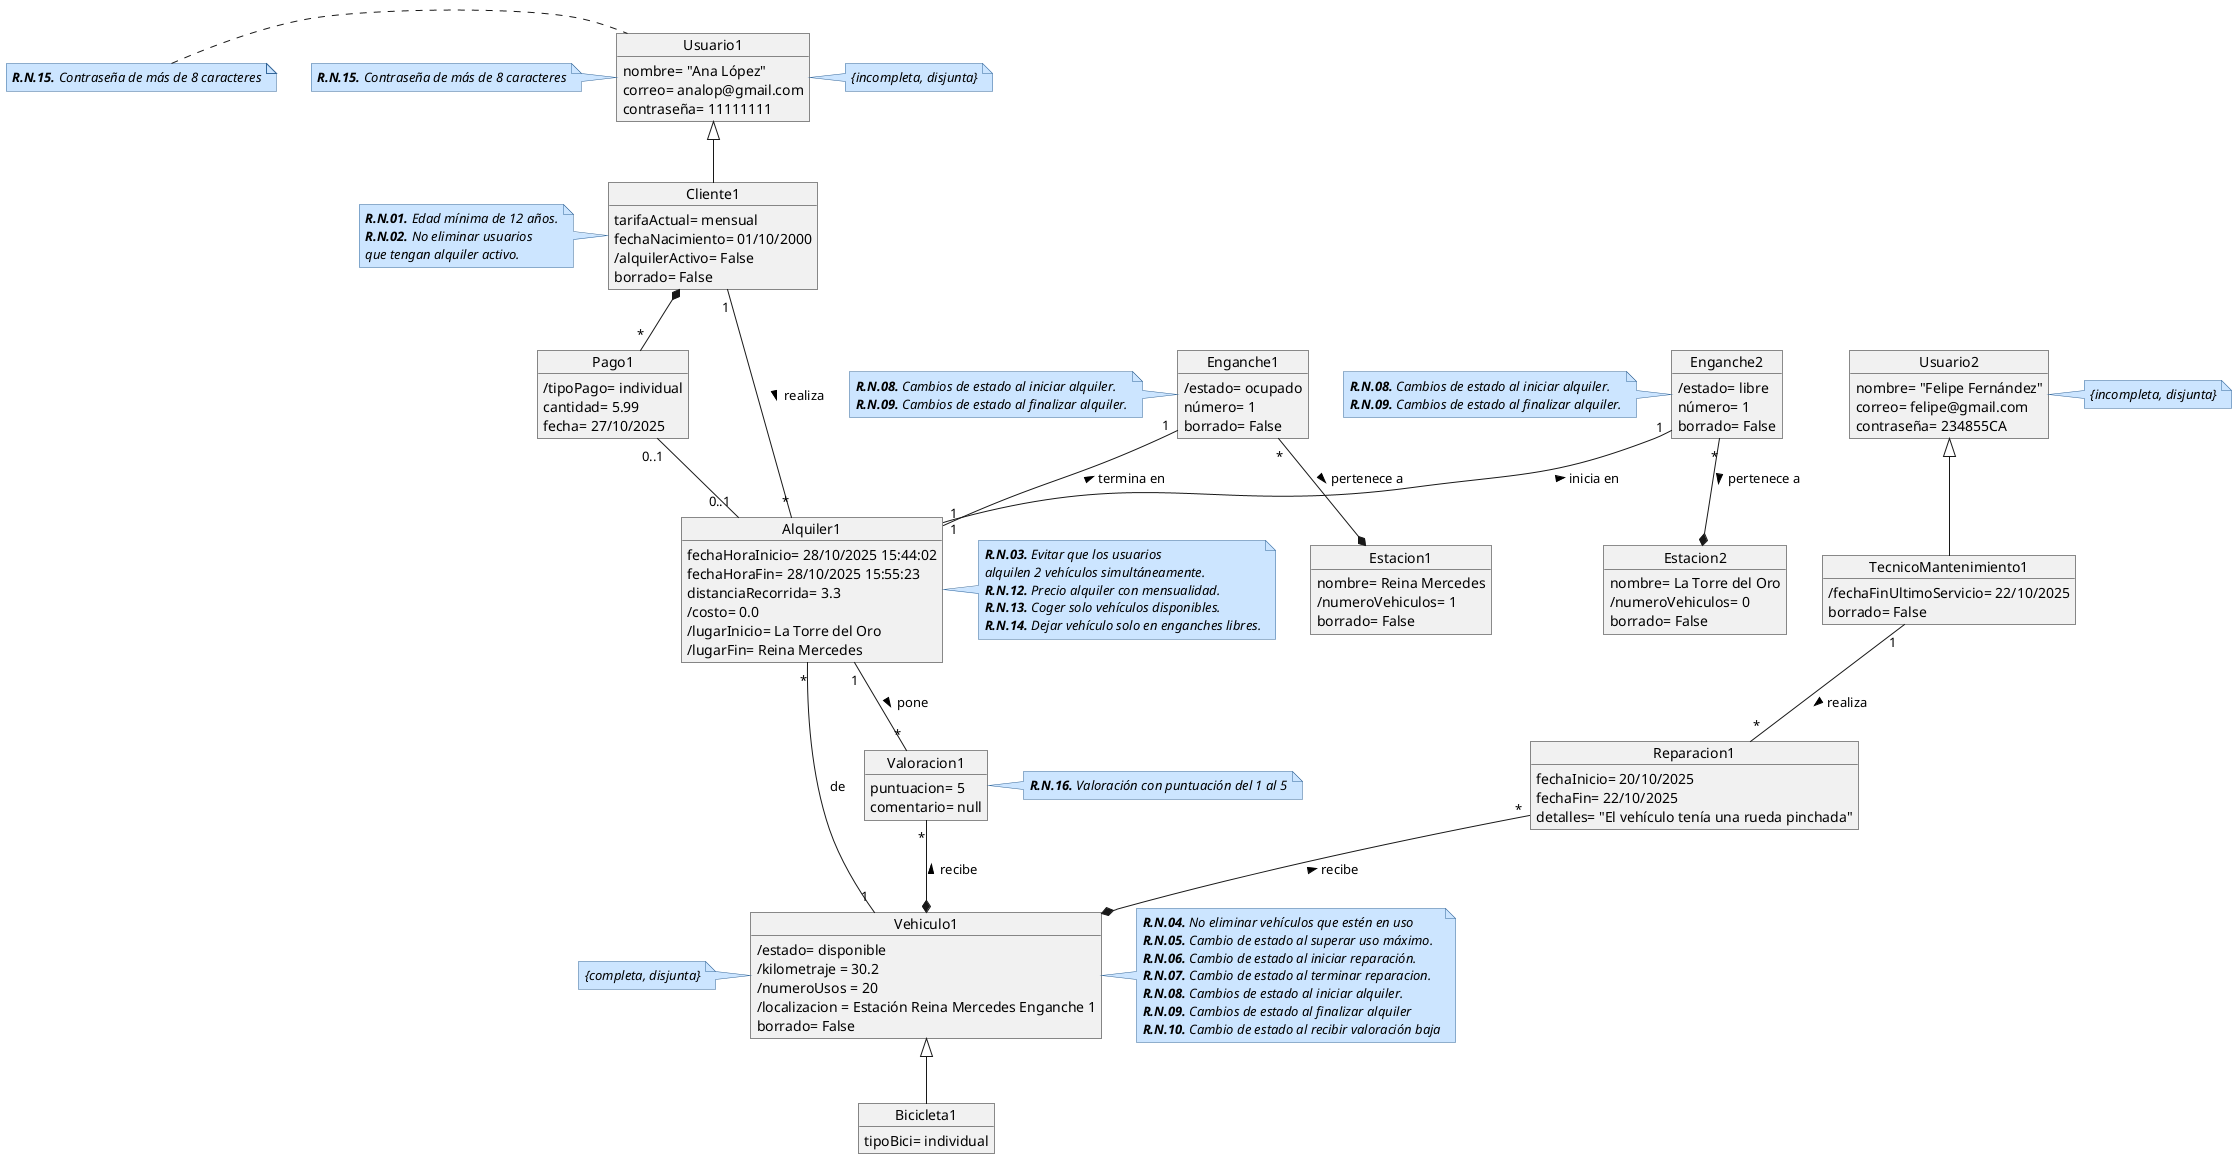
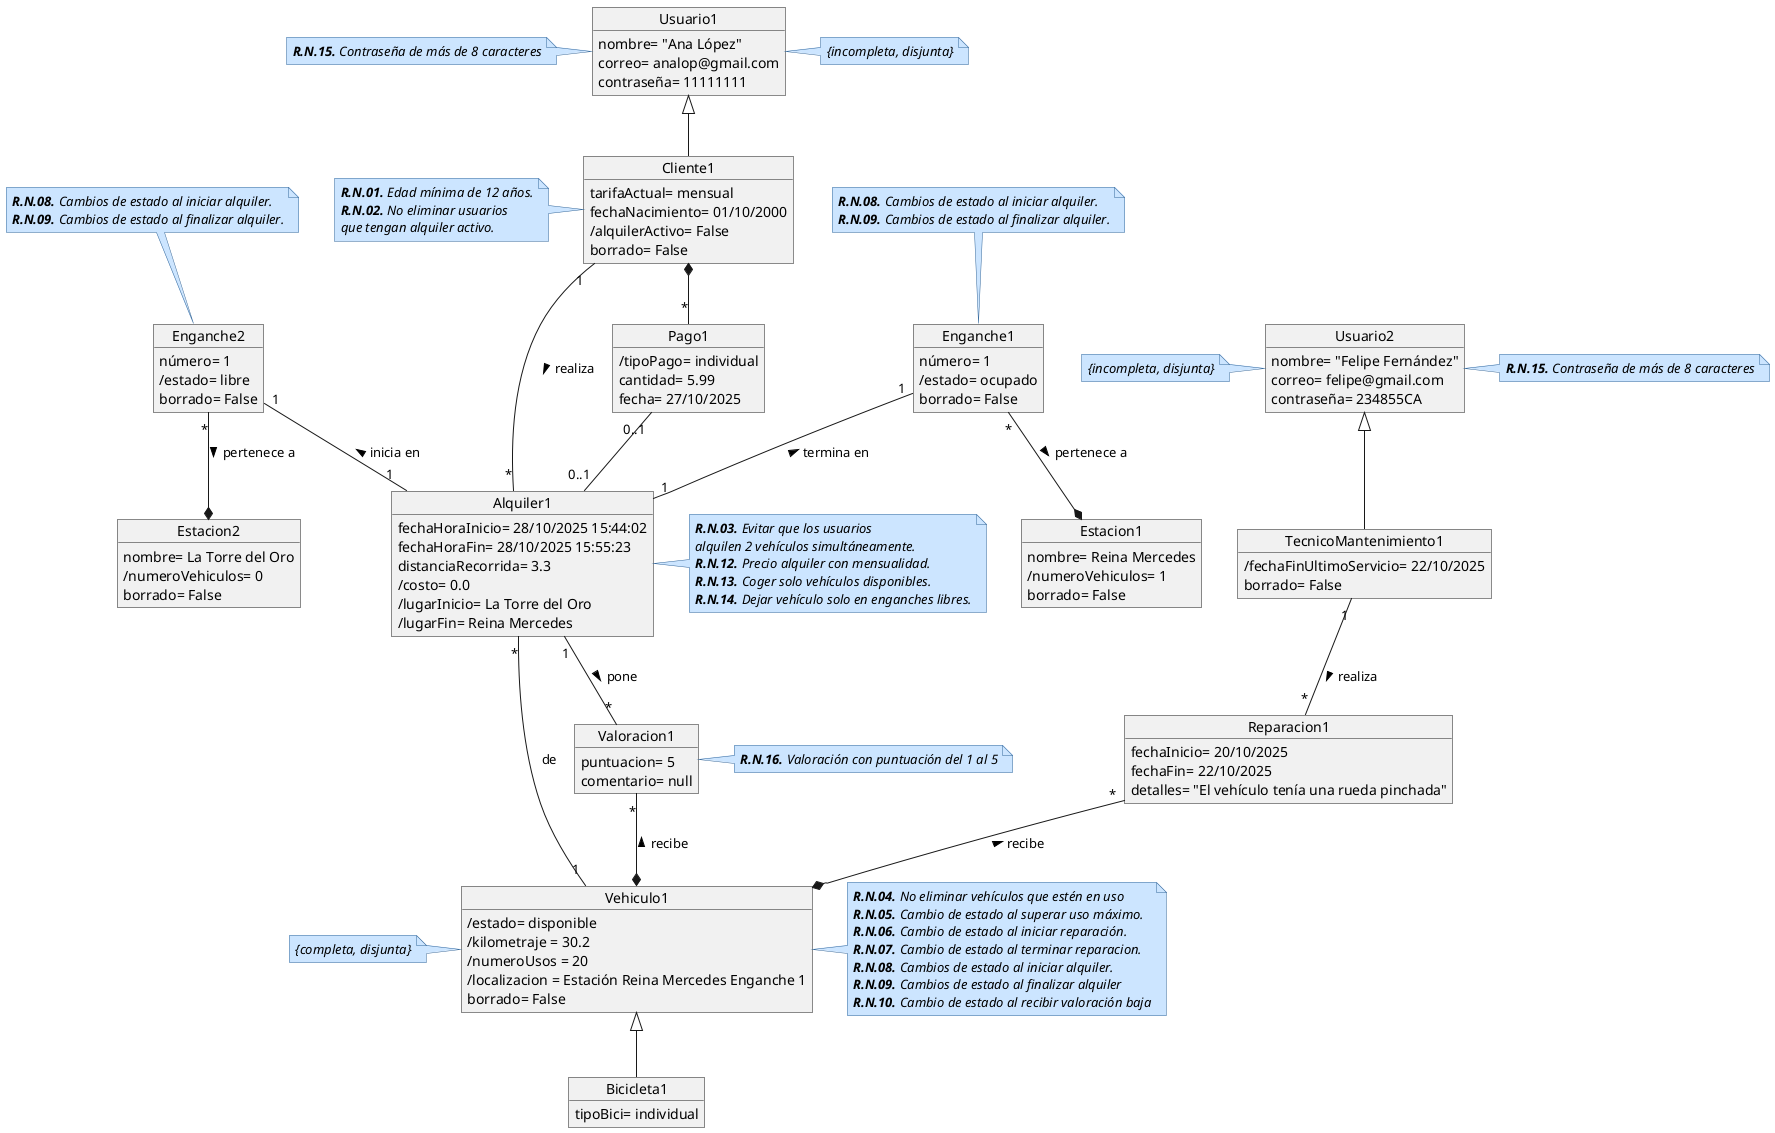
@startuml DiagramaClases

skinparam note {
  BackgroundColor #cce5ff
  BorderColor #336699
  FontStyle italic
}

object Usuario1 {
    nombre= "Ana López"
    correo= analop@gmail.com
    contraseña= 11111111
}
note right: {incompleta, disjunta}
note left of Usuario1
'''
**R.N.15.** Contraseña de más de 8 caracteres
'''
end note

object Usuario2 {
    nombre= "Felipe Fernández"
    correo= felipe@gmail.com
    contraseña= 234855CA
}
- note right: {incompleta, disjunta}
- note left of Usuario1
+ note left: {incompleta, disjunta}
+ note right of Usuario2
'''
**R.N.15.** Contraseña de más de 8 caracteres
'''
end note


object Cliente1 {
    tarifaActual= mensual
    fechaNacimiento= 01/10/2000
    /alquilerActivo= False
    borrado= False
}
note left
'''
**R.N.01.** Edad mínima de 12 años.
**R.N.02.** No eliminar usuarios
que tengan alquiler activo.
'''
end note

object Pago1 {
    /tipoPago= individual
    cantidad= 5.99
    fecha= 27/10/2025
}
'Tipo pago puede ser o mensual o individual


object TecnicoMantenimiento1 {
    /fechaFinUltimoServicio= 22/10/2025
    borrado= False
}

object Reparacion1 {
    fechaInicio= 20/10/2025
    fechaFin= 22/10/2025
    detalles= "El vehículo tenía una rueda pinchada"
}



object Valoracion1 {
    puntuacion= 5
    comentario= null
}
note right
'''
**R.N.16.** Valoración con puntuación del 1 al 5
'''
end note

/'
La distancia recorrida la cuenta el vehículo con un
medidor incorporado y solo se registra cuando termina el recorrido.
Por eso mismo no es derivada de lugar inicio o fin, porque si no si acabas
en el mismo sitio la distancia recorrida sería 0.
'/
object Alquiler1 {
    fechaHoraInicio= 28/10/2025 15:44:02
    fechaHoraFin= 28/10/2025 15:55:23
    distanciaRecorrida= 3.3
    /costo= 0.0
    /lugarInicio= La Torre del Oro
    /lugarFin= Reina Mercedes
}
note right
'''
**R.N.03.** Evitar que los usuarios
alquilen 2 vehículos simultáneamente.
**R.N.12.** Precio alquiler con mensualidad.
**R.N.13.** Coger solo vehículos disponibles.
**R.N.14.** Dejar vehículo solo en enganches libres.
'''
end note

/'
La localización del vehículo se muestra cuando se guarda el vehículo.
No se guarda localización por GPS.
'/
object Vehiculo1 {
    /estado= disponible
    /kilometraje = 30.2
    /numeroUsos = 20
    /localizacion = Estación Reina Mercedes Enganche 1
    borrado= False
}
note right
'''
**R.N.04.** No eliminar vehículos que estén en uso
**R.N.05.** Cambio de estado al superar uso máximo.
**R.N.06.** Cambio de estado al iniciar reparación.
**R.N.07.** Cambio de estado al terminar reparacion.
**R.N.08.** Cambios de estado al iniciar alquiler.
**R.N.09.** Cambios de estado al finalizar alquiler
**R.N.10.** Cambio de estado al recibir valoración baja
'''
end note
note left of Vehiculo1: {completa, disjunta}


object Estacion1 {
    nombre= Reina Mercedes
    /numeroVehiculos= 1
    borrado= False
}

+ object Enganche1 {
+     número= 1
+     /estado= ocupado
+     borrado= False
+ }
+ note top
+ '''
+  **R.N.08.** Cambios de estado al iniciar alquiler.
+  **R.N.09.** Cambios de estado al finalizar alquiler.
+ '''
+ end note
+ 
object Estacion2 {
    nombre= La Torre del Oro
    /numeroVehiculos= 0
    borrado= False
}

- 
- object Enganche1 {
-     /estado= ocupado
+ object Enganche2 {
    número= 1
+     /estado= libre
    borrado= False
}
- note left
- '''
-  **R.N.08.** Cambios de estado al iniciar alquiler.
-  **R.N.09.** Cambios de estado al finalizar alquiler.
- '''
- end note
- 
- object Enganche2 {
-     /estado= libre
-     número= 1
-     borrado= False
- }
- note left
+ note top
'''
 **R.N.08.** Cambios de estado al iniciar alquiler.
 **R.N.09.** Cambios de estado al finalizar alquiler.
'''
end note

object Bicicleta1 {
    tipoBici= individual
}


Usuario1 <|-- Cliente1
Usuario2 <|-- TecnicoMantenimiento1

Enganche1 "*"--* Estacion1 : pertenece a >
Enganche2 "*"--* Estacion2 : pertenece a >

'Relación directa valoraciones'
Alquiler1 "1"--"*" Valoracion1 : pone >
Valoracion1 "*"--* Vehiculo1 : recibe <

TecnicoMantenimiento1 "1"--"*" Reparacion1 : realiza >
Reparacion1 "*"--* Vehiculo1 : recibe <

Enganche1 "1" --"1" Alquiler1: termina en <
Enganche2 "1" --"1" Alquiler1: inicia en <



'Relacion de Alquileres'
Cliente1 "1"--"*"  Alquiler1: realiza >

Alquiler1 "*"--"1" Vehiculo1: de

'Relacion Pago'
Cliente1 *--"*" Pago1
Pago1 "0..1"--"0..1" Alquiler1

Vehiculo1 <|-- Bicicleta1


@enduml